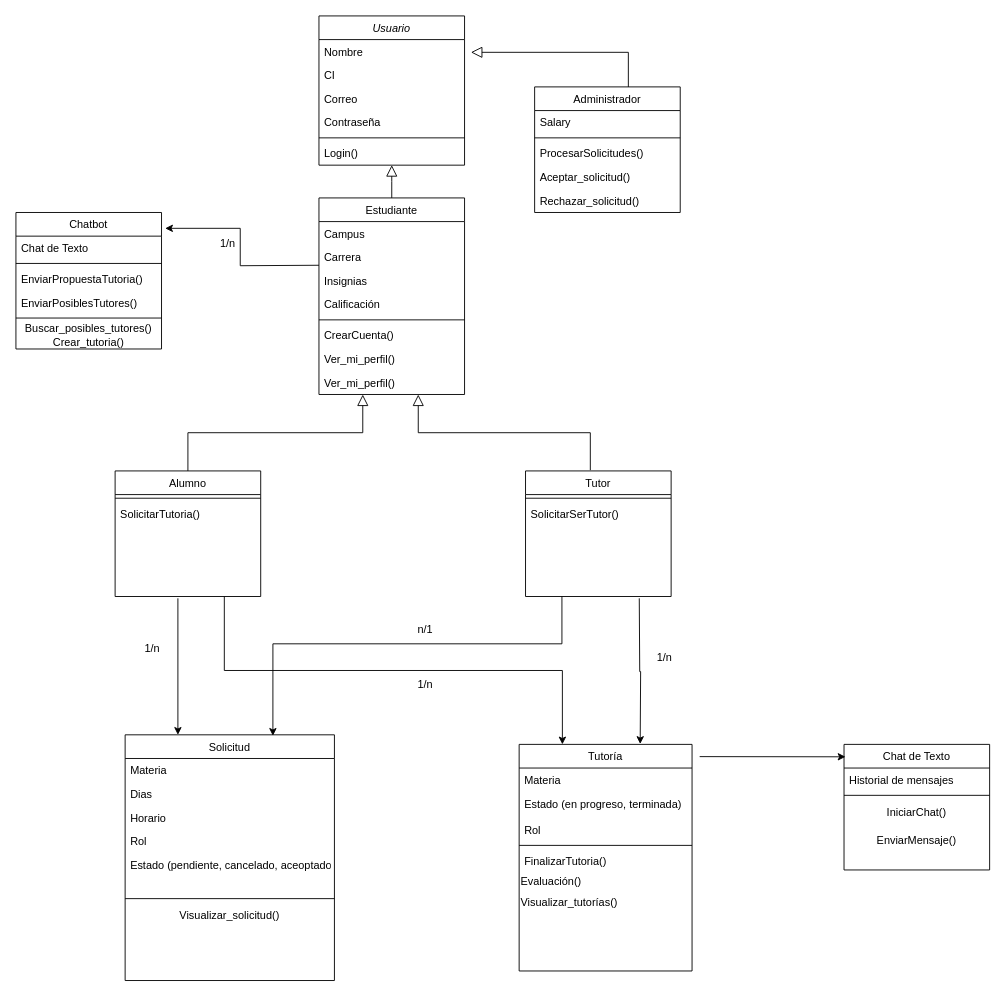
Earlier version of the draw.io diagram diagrama_de_clases_se1 (1).drawio (TP-SE1/TP_SOS-UC). Source tidied: cells renumbered, new cells numbered last; positions are measured from the earlier drawing's top-left corner, leaving out a move shared by most shapes. Both pictures are drawn from the tidied source at 91%, with x=0, y=0 at pixel (15, 15).
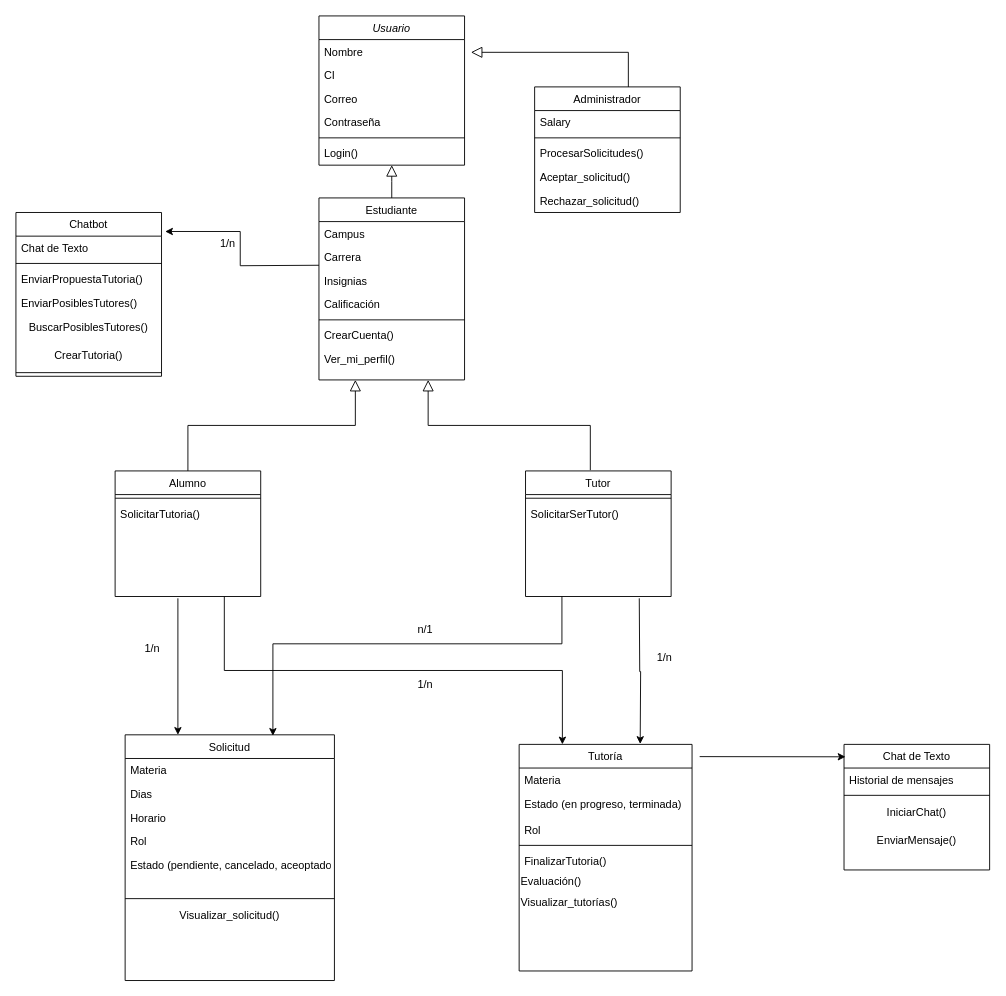
Above is the later version.

The change refers to these unchanged cells:
```xml
<mxCell id="26" value="Alumno" style="swimlane;fontStyle=0;align=center;verticalAlign=top;horizontal=1;startSize=26;rounded=0;shadow=0;strokeWidth=1;" parent="1" vertex="1">
  <mxGeometry x="109" y="500" width="160" height="138" as="geometry" />
</mxCell>
<mxCell id="29" value="Tutor" style="swimlane;fontStyle=0;align=center;verticalAlign=top;horizontal=1;startSize=26;rounded=0;shadow=0;strokeWidth=1;" parent="1" vertex="1">
  <mxGeometry x="560" y="500" width="160" height="138" as="geometry" />
</mxCell>
```

Diff of the diagram source:
```diff
@@
     <mxCell id="9" value="Estudiante" style="swimlane;fontStyle=0;align=center;verticalAlign=top;horizontal=1;startSize=26;rounded=0;shadow=0;strokeWidth=1;" parent="1" vertex="1">
-      <mxGeometry x="333" y="200" width="160" height="216" as="geometry" />
+      <mxGeometry x="333" y="200" width="160" height="200" as="geometry" />
     </mxCell>
@@
-    <mxCell id="17" value="Ver_mi_perfil()" style="text;align=left;verticalAlign=top;spacingLeft=4;spacingRight=4;overflow=hidden;points=[[0,0.5],[1,0.5]];portConstraint=eastwest;rounded=0;shadow=0;html=0;" parent="9" vertex="1">
-      <mxGeometry y="190" width="160" height="26" as="geometry" />
-    </mxCell>
@@
-    <mxCell id="40" style="endArrow=block;endSize=10;endFill=0;shadow=0;strokeWidth=1;rounded=0;edgeStyle=elbowEdgeStyle;elbow=vertical;exitX=0.5;exitY=0;exitDx=0;exitDy=0;entryX=0.301;entryY=1.003;entryDx=0;entryDy=0;entryPerimeter=0;" parent="1" edge="1" source="26" target="17">
+    <mxCell id="40" style="endArrow=block;endSize=10;endFill=0;shadow=0;strokeWidth=1;rounded=0;edgeStyle=elbowEdgeStyle;elbow=vertical;exitX=0.5;exitY=0;exitDx=0;exitDy=0;entryX=0.25;entryY=1;entryDx=0;entryDy=0;" parent="1" edge="1" source="26" target="9">
       <mxGeometry relative="1" as="geometry" />
     </mxCell>
-    <mxCell id="41" style="endArrow=block;endSize=10;endFill=0;shadow=0;strokeWidth=1;rounded=0;edgeStyle=elbowEdgeStyle;elbow=vertical;exitX=0.445;exitY=-0.006;exitDx=0;exitDy=0;exitPerimeter=0;entryX=0.682;entryY=1.003;entryDx=0;entryDy=0;entryPerimeter=0;" parent="1" edge="1" source="29" target="17">
+    <mxCell id="41" style="endArrow=block;endSize=10;endFill=0;shadow=0;strokeWidth=1;rounded=0;edgeStyle=elbowEdgeStyle;elbow=vertical;exitX=0.445;exitY=-0.006;exitDx=0;exitDy=0;exitPerimeter=0;entryX=0.75;entryY=1;entryDx=0;entryDy=0;" parent="1" edge="1" source="29" target="9">
       <mxGeometry relative="1" as="geometry" />
     </mxCell>
     <mxCell id="42" value="Chatbot" style="swimlane;fontStyle=0;align=center;verticalAlign=top;horizontal=1;startSize=26;rounded=0;shadow=0;strokeWidth=1;" parent="1" vertex="1">
-      <mxGeometry y="216" width="160" height="150" as="geometry" />
+      <mxGeometry y="216" width="160" height="180" as="geometry" />
     </mxCell>
@@
+    <mxCell id="48" value="BuscarPosiblesTutores()" style="text;html=1;strokeColor=none;fillColor=none;align=center;verticalAlign=middle;whiteSpace=wrap;rounded=0;" parent="42" vertex="1">
+      <mxGeometry y="112" width="160" height="30" as="geometry" />
+    </mxCell>
+    <mxCell id="73" value="CrearTutoria()" style="text;html=1;strokeColor=none;fillColor=none;align=center;verticalAlign=middle;whiteSpace=wrap;rounded=0;" parent="42" vertex="1">
+      <mxGeometry y="142" width="160" height="30" as="geometry" />
+    </mxCell>
     <mxCell id="47" style="line;html=1;strokeWidth=1;align=left;verticalAlign=middle;spacingTop=-1;spacingLeft=3;spacingRight=3;labelPosition=right;" parent="42" vertex="1">
-      <mxGeometry y="112" width="160" height="8" as="geometry" />
+      <mxGeometry y="172" width="160" height="8" as="geometry" />
     </mxCell>
-    <mxCell id="48" value="Buscar_posibles_tutores()&lt;br&gt;Crear_tutoria()" style="text;html=1;strokeColor=none;fillColor=none;align=center;verticalAlign=middle;whiteSpace=wrap;rounded=0;" parent="42" vertex="1">
-      <mxGeometry y="120" width="160" height="30" as="geometry" />
-    </mxCell>
```
